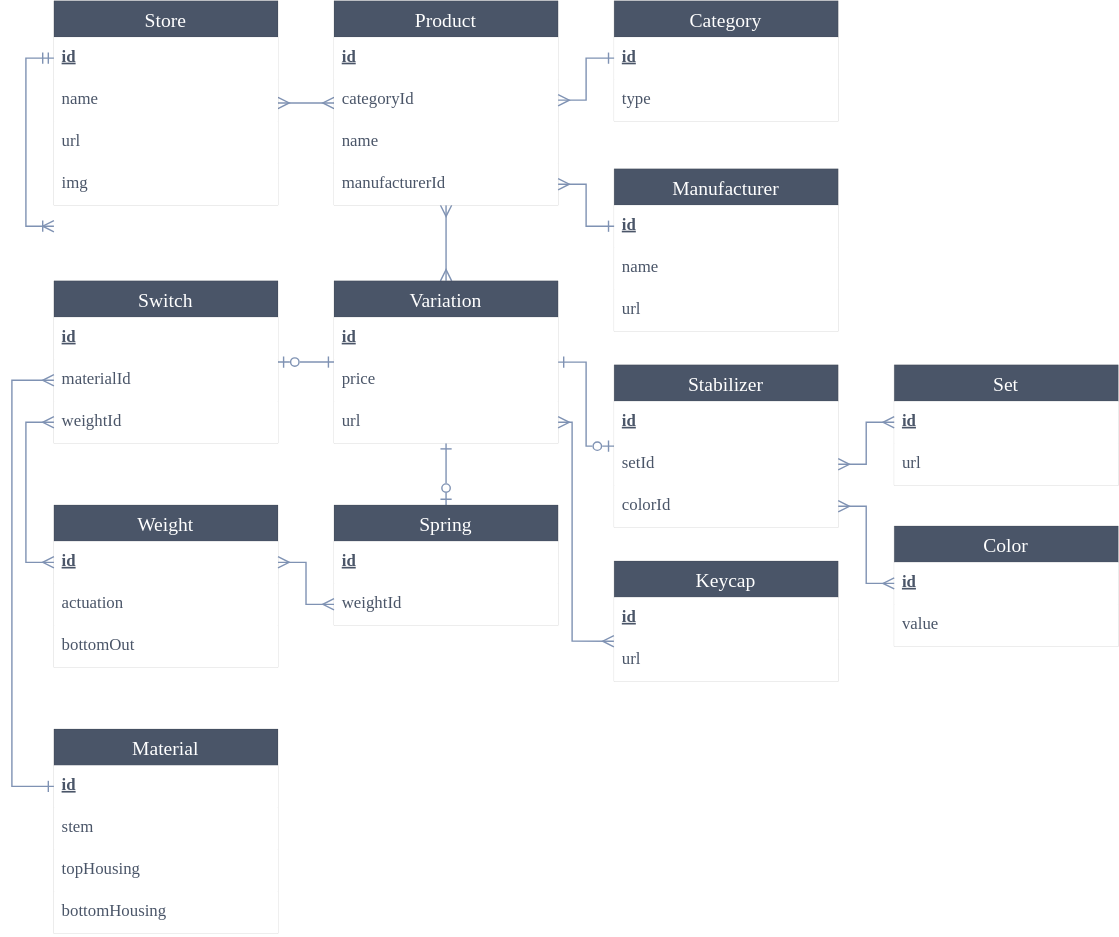
Above: prisma/db-schema-v1.drawio.svg in captainbalbin/compal (draw.io), before the change. Source tidied: cells renumbered, new cells last; positions are measured from the earlier drawing's top-left corner, leaving out a move shared by most shapes.
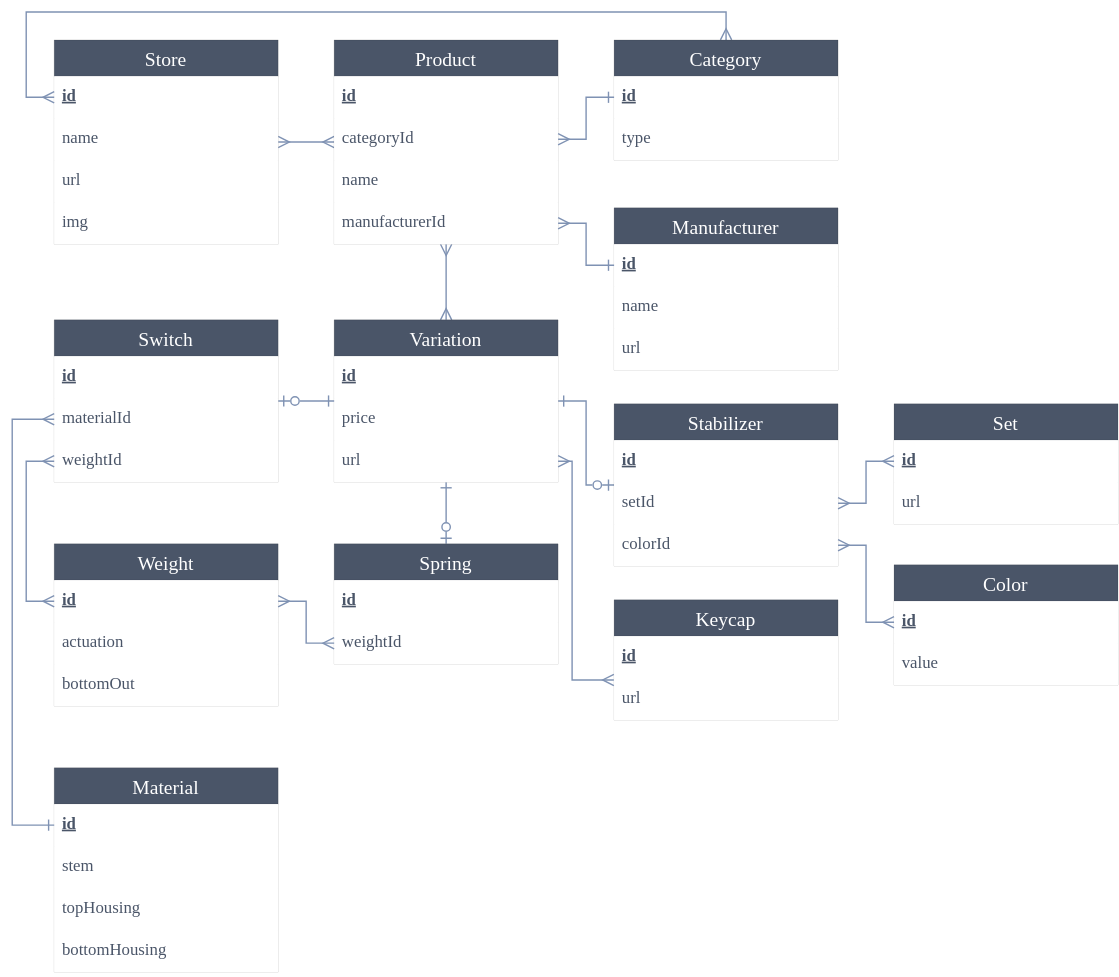
The same diagram one commit later.

Commit message:
Fix db schema relation in figure

Change to the diagram source:
```diff
@@ -20,12 +20,12 @@
     <mxCell id="7" value="img" style="text;strokeColor=none;fillColor=default;spacingLeft=4;spacingRight=4;overflow=hidden;fontSize=12;rounded=0;shadow=0;labelBackgroundColor=none;labelBorderColor=none;sketch=0;fontFamily=Fira Code;fontSource=https%3A%2F%2Ffonts.googleapis.com%2Fcss%3Ffamily%3DFira%2BCode;fontColor=#4A5568;" parent="3" vertex="1">
       <mxGeometry y="116" width="160" height="30" as="geometry" />
     </mxCell>
-    <mxCell id="8" style="edgeStyle=orthogonalEdgeStyle;fontSize=12;html=1;endArrow=ERoneToMany;startArrow=ERmandOne;rounded=0;fontFamily=Fira Code;fontSource=https%3A%2F%2Ffonts.googleapis.com%2Fcss%3Ffamily%3DFira%2BCode;fontColor=#FFFFFF;strokeColor=#7F92B3;entryX=0;entryY=0.5;entryDx=0;entryDy=0;" parent="1" edge="1" source="4">
+    <mxCell id="8" style="edgeStyle=orthogonalEdgeStyle;fontSize=12;html=1;endArrow=ERmany;startArrow=ERmany;rounded=0;fontFamily=Fira Code;fontSource=https%3A%2F%2Ffonts.googleapis.com%2Fcss%3Ffamily%3DFira%2BCode;fontColor=#FFFFFF;strokeColor=#7F92B3;endFill=0;startFill=0;" parent="1" edge="1" source="4" target="18">
       <mxGeometry relative="1" as="geometry">
-        <mxPoint x="30" y="161" as="targetPoint" />
         <Array as="points">
           <mxPoint x="10" y="41" />
-          <mxPoint x="10" y="161" />
+          <mxPoint x="10" y="-20" />
+          <mxPoint x="510" y="-20" />
         </Array>
       </mxGeometry>
     </mxCell>
```
